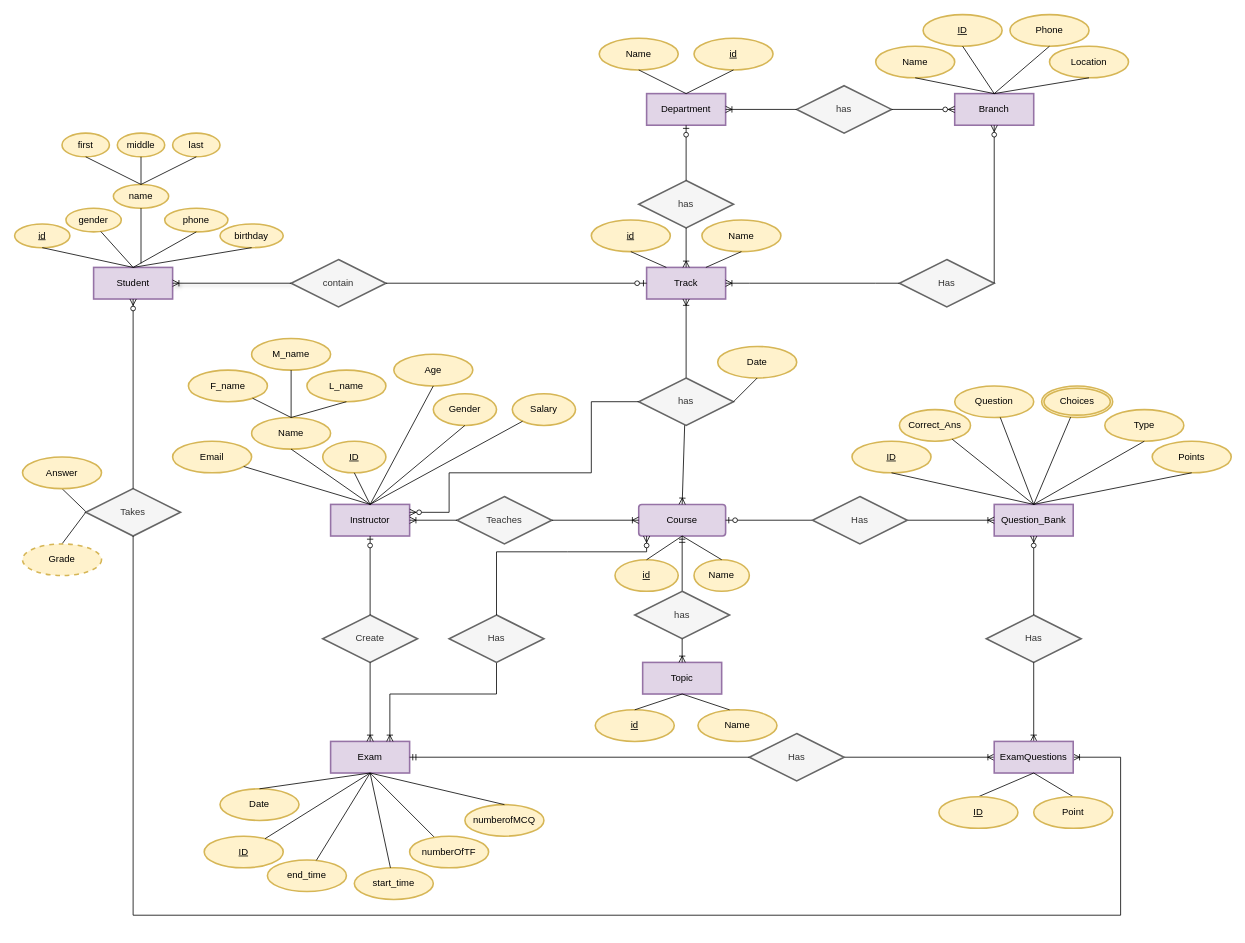
Earlier version of the draw.io diagram OnlineExaminationSystem.drawio (aya-abdelmageed/OnlineExaminationSystem). Source tidied: cells renumbered, new cells numbered last; positions are measured from the earlier drawing's top-left corner, leaving out a move shared by most shapes. Both pictures are drawn from the tidied source at 79%, with x=0, y=0 at pixel (14, 14).
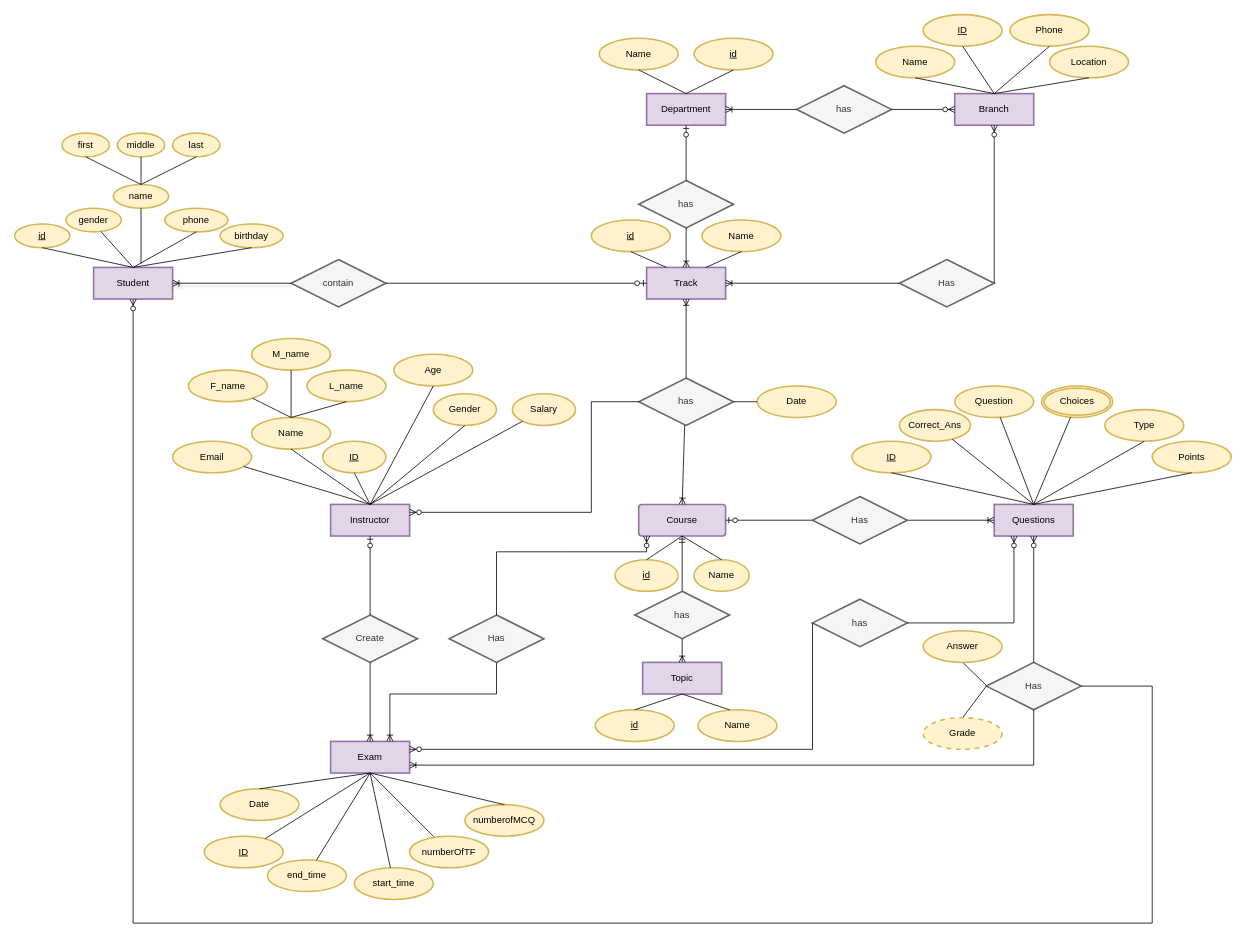
Above is the later version.

The change refers to these unchanged cells:
```xml
<mxCell id="4" value="Instructor" style="whiteSpace=wrap;html=1;align=center;fillColor=#e1d5e7;strokeColor=#9673a6;strokeWidth=2;" parent="1" vertex="1">
  <mxGeometry x="400" y="620" width="100" height="40" as="geometry" />
</mxCell>
<mxCell id="26" value="Exam" style="whiteSpace=wrap;html=1;align=center;fillColor=#e1d5e7;strokeColor=#9673a6;strokeWidth=2;" parent="1" vertex="1">
  <mxGeometry x="400" y="920" width="100" height="40" as="geometry" />
</mxCell>
<mxCell id="60" value="Course" style="rounded=1;arcSize=10;whiteSpace=wrap;html=1;align=center;fillColor=#e1d5e7;strokeColor=#9673a6;strokeWidth=2;" parent="1" vertex="1">
  <mxGeometry x="790" y="620" width="110" height="40" as="geometry" />
</mxCell>
<mxCell id="69" value="has" style="shape=rhombus;perimeter=rhombusPerimeter;whiteSpace=wrap;html=1;align=center;fillColor=#f5f5f5;fontColor=#333333;strokeColor=#666666;strokeWidth=2;" parent="1" vertex="1">
  <mxGeometry x="790" y="460" width="120" height="60" as="geometry" />
</mxCell>
<mxCell id="78" value="Student" style="whiteSpace=wrap;html=1;align=center;fillColor=#e1d5e7;strokeColor=#9673a6;strokeWidth=2;" parent="1" vertex="1">
  <mxGeometry x="100" y="320" width="100" height="40" as="geometry" />
</mxCell>
```

Diff of the diagram source:
```diff
@@
-    <mxCell id="27" value="Question_Bank" style="whiteSpace=wrap;html=1;align=center;fillColor=#e1d5e7;strokeColor=#9673a6;strokeWidth=2;" parent="1" vertex="1">
+    <mxCell id="27" value="Questions" style="whiteSpace=wrap;html=1;align=center;fillColor=#e1d5e7;strokeColor=#9673a6;strokeWidth=2;" parent="1" vertex="1">
       <mxGeometry x="1240" y="620" width="100" height="40" as="geometry" />
     </mxCell>
@@
     <mxCell id="48" value="Has" style="shape=rhombus;perimeter=rhombusPerimeter;whiteSpace=wrap;html=1;align=center;fillColor=#f5f5f5;fontColor=#333333;strokeColor=#666666;strokeWidth=2;" parent="1" vertex="1">
-      <mxGeometry x="1230" y="760" width="120" height="60" as="geometry" />
+      <mxGeometry x="1230" y="820" width="120" height="60" as="geometry" />
     </mxCell>
-    <mxCell id="49" style="fontSize=12;html=1;endArrow=ERoneToMany;rounded=0;exitX=1;exitY=0.5;exitDx=0;exitDy=0;entryX=0;entryY=0.5;entryDx=0;entryDy=0;" parent="1" edge="1" source="135" target="133">
-      <mxGeometry relative="1" as="geometry" />
-    </mxCell>
@@
-    <mxCell id="110" value="Teaches" style="shape=rhombus;perimeter=rhombusPerimeter;whiteSpace=wrap;html=1;align=center;fillColor=#f5f5f5;fontColor=#333333;strokeColor=#666666;strokeWidth=2;" parent="1" vertex="1">
-      <mxGeometry x="560" y="610" width="120" height="60" as="geometry" />
-    </mxCell>
-    <mxCell id="111" style="fontSize=12;html=1;endArrow=ERoneToMany;rounded=0;exitX=1;exitY=0.5;exitDx=0;exitDy=0;" parent="1" edge="1" source="110" target="60">
-      <mxGeometry relative="1" as="geometry" />
-    </mxCell>
-    <mxCell id="112" style="fontSize=12;html=1;endArrow=ERoneToMany;rounded=0;exitX=0;exitY=0.5;exitDx=0;exitDy=0;" parent="1" edge="1" source="110" target="4">
-      <mxGeometry relative="1" as="geometry" />
-    </mxCell>
-    <mxCell id="113" value="Takes" style="shape=rhombus;perimeter=rhombusPerimeter;whiteSpace=wrap;html=1;align=center;fillColor=#f5f5f5;fontColor=#333333;strokeColor=#666666;strokeWidth=2;" parent="1" vertex="1">
-      <mxGeometry x="90" y="600" width="120" height="60" as="geometry" />
-    </mxCell>
-    <mxCell id="114" style="fontSize=12;html=1;endArrow=ERoneToMany;rounded=0;entryX=0.5;entryY=0;entryDx=0;entryDy=0;exitX=0.5;exitY=1;exitDx=0;exitDy=0;" parent="1" edge="1" source="48" target="133">
-      <mxGeometry relative="1" as="geometry" />
+    <mxCell id="114" style="fontSize=12;html=1;endArrow=ERoneToMany;rounded=0;exitX=0.5;exitY=1;exitDx=0;exitDy=0;" parent="1" edge="1" source="48">
+      <mxGeometry relative="1" as="geometry">
+        <mxPoint x="500" y="950" as="targetPoint" />
+        <Array as="points">
+          <mxPoint x="1290" y="950" />
+        </Array>
+      </mxGeometry>
     </mxCell>
-    <mxCell id="115" style="fontSize=12;html=1;endArrow=ERzeroToMany;endFill=1;rounded=0;entryX=0.5;entryY=1;entryDx=0;entryDy=0;exitX=0.5;exitY=0;exitDx=0;exitDy=0;" parent="1" edge="1" source="113" target="78">
-      <mxGeometry relative="1" as="geometry" />
+    <mxCell id="115" style="fontSize=12;html=1;endArrow=ERzeroToMany;endFill=1;rounded=0;entryX=0.5;entryY=1;entryDx=0;entryDy=0;exitX=1;exitY=0.5;exitDx=0;exitDy=0;" parent="1" edge="1" source="48" target="78">
+      <mxGeometry relative="1" as="geometry">
+        <Array as="points">
+          <mxPoint x="1440" y="850" />
+          <mxPoint x="1440" y="1150" />
+          <mxPoint x="150" y="1150" />
+        </Array>
+      </mxGeometry>
     </mxCell>
@@
-    <mxCell id="117" style="fontSize=12;html=1;endArrow=ERoneToMany;rounded=0;exitX=0.5;exitY=1;exitDx=0;exitDy=0;entryX=1;entryY=0.5;entryDx=0;entryDy=0;strokeWidth=1;" parent="1" edge="1" source="113" target="133">
-      <mxGeometry relative="1" as="geometry">
-        <Array as="points">
-          <mxPoint x="150" y="1140" />
-          <mxPoint x="1400" y="1140" />
-          <mxPoint x="1400" y="940" />
-        </Array>
-      </mxGeometry>
-    </mxCell>
@@
     <mxCell id="123" style="endArrow=none;html=1;rounded=0;exitX=0.5;exitY=1;exitDx=0;exitDy=0;" parent="1" edge="1" source="124">
       <mxGeometry relative="1" as="geometry">
-        <mxPoint x="90" y="629" as="targetPoint" />
+        <mxPoint x="1230" y="849" as="targetPoint" />
       </mxGeometry>
     </mxCell>
     <mxCell id="124" value="Answer" style="ellipse;whiteSpace=wrap;html=1;align=center;fillColor=#fff2cc;strokeColor=#d6b656;strokeWidth=2;" parent="1" vertex="1">
-      <mxGeometry x="10" y="560" width="100" height="40" as="geometry" />
+      <mxGeometry x="1150" y="780" width="100" height="40" as="geometry" />
     </mxCell>
-    <mxCell id="125" style="endArrow=none;html=1;rounded=0;entryX=0;entryY=0.5;entryDx=0;entryDy=0;exitX=0.5;exitY=0;exitDx=0;exitDy=0;" parent="1" edge="1" source="140" target="113">
-      <mxGeometry relative="1" as="geometry" />
+    <mxCell id="125" style="endArrow=none;html=1;rounded=0;entryX=0;entryY=0.5;entryDx=0;entryDy=0;exitX=0.5;exitY=0;exitDx=0;exitDy=0;" parent="1" edge="1" source="140">
+      <mxGeometry relative="1" as="geometry">
+        <mxPoint x="1230" y="850" as="targetPoint" />
+      </mxGeometry>
     </mxCell>
@@
-    <mxCell id="133" value="ExamQuestions" style="whiteSpace=wrap;html=1;align=center;fillColor=#e1d5e7;strokeColor=#9673a6;strokeWidth=2;" parent="1" vertex="1">
-      <mxGeometry x="1240" y="920" width="100" height="40" as="geometry" />
-    </mxCell>
@@
-    <mxCell id="135" value="Has" style="shape=rhombus;perimeter=rhombusPerimeter;whiteSpace=wrap;html=1;align=center;fillColor=#f5f5f5;fontColor=#333333;strokeColor=#666666;strokeWidth=2;" parent="1" vertex="1">
-      <mxGeometry x="930" y="910" width="120" height="60" as="geometry" />
-    </mxCell>
-    <mxCell id="136" style="fontSize=12;html=1;endArrow=ERmandOne;rounded=0;entryX=1;entryY=0.5;entryDx=0;entryDy=0;strokeWidth=1;" parent="1" edge="1" source="135" target="26">
-      <mxGeometry relative="1" as="geometry" />
-    </mxCell>
-    <mxCell id="137" style="endArrow=none;html=1;rounded=0;exitX=0.5;exitY=1;exitDx=0;exitDy=0;entryX=0.5;entryY=0;entryDx=0;entryDy=0;" parent="1" edge="1" source="133" target="138">
-      <mxGeometry relative="1" as="geometry" />
-    </mxCell>
-    <mxCell id="138" value="Point" style="ellipse;whiteSpace=wrap;html=1;align=center;fillColor=#fff2cc;strokeColor=#d6b656;strokeWidth=2;" parent="1" vertex="1">
-      <mxGeometry x="1290" y="990" width="100" height="40" as="geometry" />
-    </mxCell>
     <mxCell id="139" style="fontSize=12;html=1;endArrow=ERzeroToMany;endFill=1;rounded=0;exitX=0;exitY=0.5;exitDx=0;exitDy=0;" parent="1" edge="1" source="69">
       <mxGeometry relative="1" as="geometry">
         <mxPoint x="500" y="630" as="targetPoint" />
         <Array as="points">
           <mxPoint x="730" y="490" />
           <mxPoint x="730" y="580" />
-          <mxPoint x="550" y="580" />
+          <mxPoint x="730" y="630" />
           <mxPoint x="550" y="630" />
         </Array>
       </mxGeometry>
     </mxCell>
     <mxCell id="140" value="Grade" style="ellipse;whiteSpace=wrap;html=1;align=center;dashed=1;fillColor=#fff2cc;strokeColor=#d6b656;strokeWidth=2;" parent="1" vertex="1">
-      <mxGeometry x="10" y="670" width="100" height="40" as="geometry" />
+      <mxGeometry x="1150" y="890" width="100" height="40" as="geometry" />
     </mxCell>
@@
-    <mxCell id="142" style="endArrow=none;html=1;rounded=0;entryX=0.5;entryY=1;entryDx=0;entryDy=0;exitX=0.5;exitY=0;exitDx=0;exitDy=0;" parent="1" edge="1" source="143" target="133">
-      <mxGeometry relative="1" as="geometry" />
-    </mxCell>
-    <mxCell id="143" value="ID" style="ellipse;whiteSpace=wrap;html=1;align=center;fontStyle=4;fillColor=#fff2cc;strokeColor=#d6b656;strokeWidth=2;" parent="1" vertex="1">
-      <mxGeometry x="1170" y="990" width="100" height="40" as="geometry" />
-    </mxCell>
     <mxCell id="144" value="Date" style="ellipse;whiteSpace=wrap;html=1;align=center;fillColor=#fff2cc;strokeColor=#d6b656;strokeWidth=2;" parent="1" vertex="1">
-      <mxGeometry x="890" y="420" width="100" height="40" as="geometry" />
+      <mxGeometry x="940" y="470" width="100" height="40" as="geometry" />
     </mxCell>
-    <mxCell id="145" style="endArrow=none;html=1;rounded=0;entryX=0.5;entryY=1;entryDx=0;entryDy=0;exitX=1;exitY=0.5;exitDx=0;exitDy=0;" parent="1" edge="1" source="69" target="144">
+    <mxCell id="145" style="endArrow=none;html=1;rounded=0;entryX=0;entryY=0.5;entryDx=0;entryDy=0;exitX=1;exitY=0.5;exitDx=0;exitDy=0;" parent="1" edge="1" source="69" target="144">
       <mxGeometry relative="1" as="geometry" />
     </mxCell>
+    <mxCell id="146" value="has" style="shape=rhombus;perimeter=rhombusPerimeter;whiteSpace=wrap;html=1;align=center;fillColor=#f5f5f5;fontColor=#333333;strokeColor=#666666;strokeWidth=2;" parent="1" vertex="1">
+      <mxGeometry x="1010" y="740" width="120" height="60" as="geometry" />
+    </mxCell>
+    <mxCell id="147" style="fontSize=12;html=1;endArrow=ERzeroToMany;endFill=1;rounded=0;exitX=1;exitY=0.5;exitDx=0;exitDy=0;entryX=0.25;entryY=1;entryDx=0;entryDy=0;" parent="1" edge="1" source="146" target="27">
+      <mxGeometry relative="1" as="geometry">
+        <Array as="points">
+          <mxPoint x="1265" y="770" />
+        </Array>
+      </mxGeometry>
+    </mxCell>
+    <mxCell id="148" style="fontSize=12;html=1;endArrow=ERzeroToMany;endFill=1;rounded=0;exitX=0;exitY=0.5;exitDx=0;exitDy=0;" parent="1" edge="1" source="146">
+      <mxGeometry relative="1" as="geometry">
+        <mxPoint x="500" y="930" as="targetPoint" />
+        <Array as="points">
+          <mxPoint x="1010" y="930" />
+        </Array>
+      </mxGeometry>
+    </mxCell>
```
